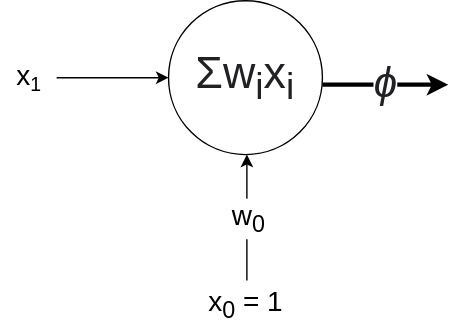
This is Practicals/Img/single_input.drawio.svg from AnteDujic/MLS---Assesment, a draw.io export, as it was before one commit. Source tidied: cells renumbered, new cells last; positions are measured from the earlier drawing's top-left corner, leaving out a move shared by most shapes. Source of this version:
```xml
<mxGraphModel>
  <root>
    <mxCell id="0" />
    <mxCell id="1" parent="0" />
    <mxCell id="2" value="&lt;span style=&quot;color: rgb(32, 33, 36); font-family: arial, sans-serif; font-size: 32px; text-align: left; background-color: rgb(255, 255, 255);&quot;&gt;Σw&lt;sub&gt;i&lt;/sub&gt;x&lt;sub&gt;i&lt;/sub&gt;&lt;/span&gt;" style="ellipse;whiteSpace=wrap;html=1;" parent="1" vertex="1">
      <mxGeometry x="120" width="110" height="110" as="geometry" />
    </mxCell>
    <mxCell id="3" style="endArrow=classic;html=1;rounded=0;entryX=0;entryY=0.5;entryDx=0;entryDy=0;" parent="1" edge="1" target="2">
      <mxGeometry relative="1" as="geometry">
        <mxPoint x="40" y="55" as="sourcePoint" />
      </mxGeometry>
    </mxCell>
    <mxCell id="4" value="x&lt;span style=&quot;font-size: 16.6667px;&quot;&gt;&lt;sub&gt;1&lt;/sub&gt;&lt;/span&gt;" style="text;html=1;align=center;verticalAlign=middle;strokeColor=none;fillColor=none;fontSize=20;" parent="1" vertex="1">
      <mxGeometry y="35" width="40" height="40" as="geometry" />
    </mxCell>
    <mxCell id="5" style="endArrow=classic;html=1;rounded=0;fontSize=14;strokeWidth=3;" parent="1" edge="1">
      <mxGeometry relative="1" as="geometry">
        <mxPoint x="230" y="60" as="sourcePoint" />
        <mxPoint x="320" y="60" as="targetPoint" />
      </mxGeometry>
    </mxCell>
    <mxCell id="6" value="&lt;span style=&quot;color: rgb(32, 33, 36); font-family: arial, sans-serif; text-align: left; font-size: 30px;&quot;&gt;&lt;font style=&quot;font-size: 30px;&quot;&gt;&lt;i style=&quot;font-size: 30px;&quot;&gt;ϕ&lt;/i&gt;&lt;/font&gt;&lt;/span&gt;" style="edgeLabel;html=1;align=center;verticalAlign=middle;fontSize=30;" parent="5" vertex="1">
      <mxGeometry relative="1" as="geometry">
        <mxPoint y="-3" as="offset" />
      </mxGeometry>
    </mxCell>
    <mxCell id="7" style="endArrow=classic;html=1;rounded=0;strokeWidth=1;fontSize=14;" parent="1" edge="1">
      <mxGeometry relative="1" as="geometry">
        <mxPoint x="176" y="200" as="sourcePoint" />
        <mxPoint x="176" y="110" as="targetPoint" />
      </mxGeometry>
    </mxCell>
    <mxCell id="8" value="w&lt;sub&gt;0&lt;/sub&gt;" style="edgeLabel;html=1;align=center;verticalAlign=middle;fontSize=20;" parent="7" vertex="1">
      <mxGeometry relative="1" as="geometry" />
    </mxCell>
    <mxCell id="9" value="x&lt;sub&gt;0&lt;/sub&gt; = 1" style="text;html=1;align=center;verticalAlign=middle;strokeColor=none;fillColor=none;fontSize=20;" parent="1" vertex="1">
      <mxGeometry x="135" y="197" width="80" height="40" as="geometry" />
    </mxCell>
  </root>
</mxGraphModel>
```
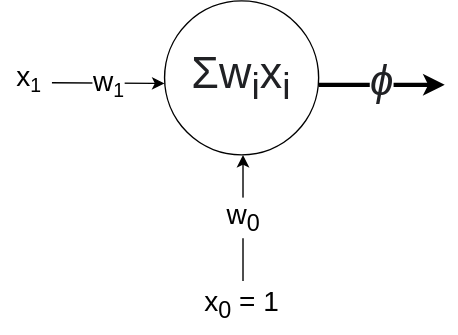
The same diagram one commit later.

The edit, as a diff of the source:
```diff
@@ -5,13 +5,8 @@
     <mxCell id="2" value="&lt;span style=&quot;color: rgb(32, 33, 36); font-family: arial, sans-serif; font-size: 32px; text-align: left; background-color: rgb(255, 255, 255);&quot;&gt;Σw&lt;sub&gt;i&lt;/sub&gt;x&lt;sub&gt;i&lt;/sub&gt;&lt;/span&gt;" style="ellipse;whiteSpace=wrap;html=1;" parent="1" vertex="1">
       <mxGeometry x="120" width="110" height="110" as="geometry" />
     </mxCell>
-    <mxCell id="3" style="endArrow=classic;html=1;rounded=0;entryX=0;entryY=0.5;entryDx=0;entryDy=0;" parent="1" edge="1" target="2">
-      <mxGeometry relative="1" as="geometry">
-        <mxPoint x="40" y="55" as="sourcePoint" />
-      </mxGeometry>
-    </mxCell>
     <mxCell id="4" value="x&lt;span style=&quot;font-size: 16.6667px;&quot;&gt;&lt;sub&gt;1&lt;/sub&gt;&lt;/span&gt;" style="text;html=1;align=center;verticalAlign=middle;strokeColor=none;fillColor=none;fontSize=20;" parent="1" vertex="1">
-      <mxGeometry y="35" width="40" height="40" as="geometry" />
+      <mxGeometry x="3" y="35" width="40" height="40" as="geometry" />
     </mxCell>
     <mxCell id="5" style="endArrow=classic;html=1;rounded=0;fontSize=14;strokeWidth=3;" parent="1" edge="1">
       <mxGeometry relative="1" as="geometry">
@@ -36,5 +31,14 @@
     <mxCell id="9" value="x&lt;sub&gt;0&lt;/sub&gt; = 1" style="text;html=1;align=center;verticalAlign=middle;strokeColor=none;fillColor=none;fontSize=20;" parent="1" vertex="1">
       <mxGeometry x="135" y="197" width="80" height="40" as="geometry" />
     </mxCell>
+    <mxCell id="10" style="endArrow=classic;html=1;rounded=0;strokeWidth=1;fontSize=14;entryX=0;entryY=0.5;entryDx=0;entryDy=0;exitX=0.99;exitY=0.487;exitDx=0;exitDy=0;exitPerimeter=0;" parent="1" edge="1">
+      <mxGeometry relative="1" as="geometry">
+        <mxPoint x="39.6" y="58.5" as="sourcePoint" />
+        <mxPoint x="120" y="59" as="targetPoint" />
+      </mxGeometry>
+    </mxCell>
+    <mxCell id="11" value="w&lt;span style=&quot;font-size: 16.6667px;&quot;&gt;&lt;sub&gt;1&lt;/sub&gt;&lt;/span&gt;" style="edgeLabel;html=1;align=center;verticalAlign=middle;fontSize=20;" parent="10" vertex="1">
+      <mxGeometry relative="1" as="geometry" />
+    </mxCell>
   </root>
 </mxGraphModel>
```
